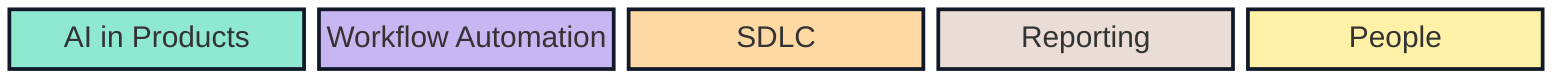
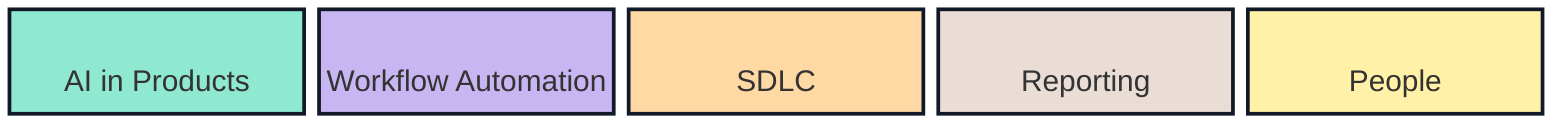
block
    columns 5
-     products["AI in Products"]
-     workflow["Workflow Automation"]
-     sdlc["SDLC"]
-     reporting["Reporting"]
-     people["People"]
+     products["<br/>AI in Products<br/>"]
+     workflow["<br/>Workflow Automation<br/>"]
+     sdlc["<br/>SDLC<br/>"]
+     reporting["<br/>Reporting<br/>"]
+     people["<br/>People<br/>"]

    classDef productsClass fill:#8FE8D0,stroke:#111827,stroke-width:2px,color:#111827;
    classDef workflowClass fill:#C8B6F3,stroke:#111827,stroke-width:2px,color:#111827;
    classDef sdlcClass fill:#FFD9A3,stroke:#111827,stroke-width:2px,color:#111827;
    classDef reportingClass fill:#E9DDD5,stroke:#111827,stroke-width:2px,color:#111827;
    classDef peopleClass fill:#FFF1A8,stroke:#111827,stroke-width:2px,color:#111827;

    class products productsClass
    class workflow workflowClass
    class sdlc sdlcClass
    class reporting reportingClass
    class people peopleClass
